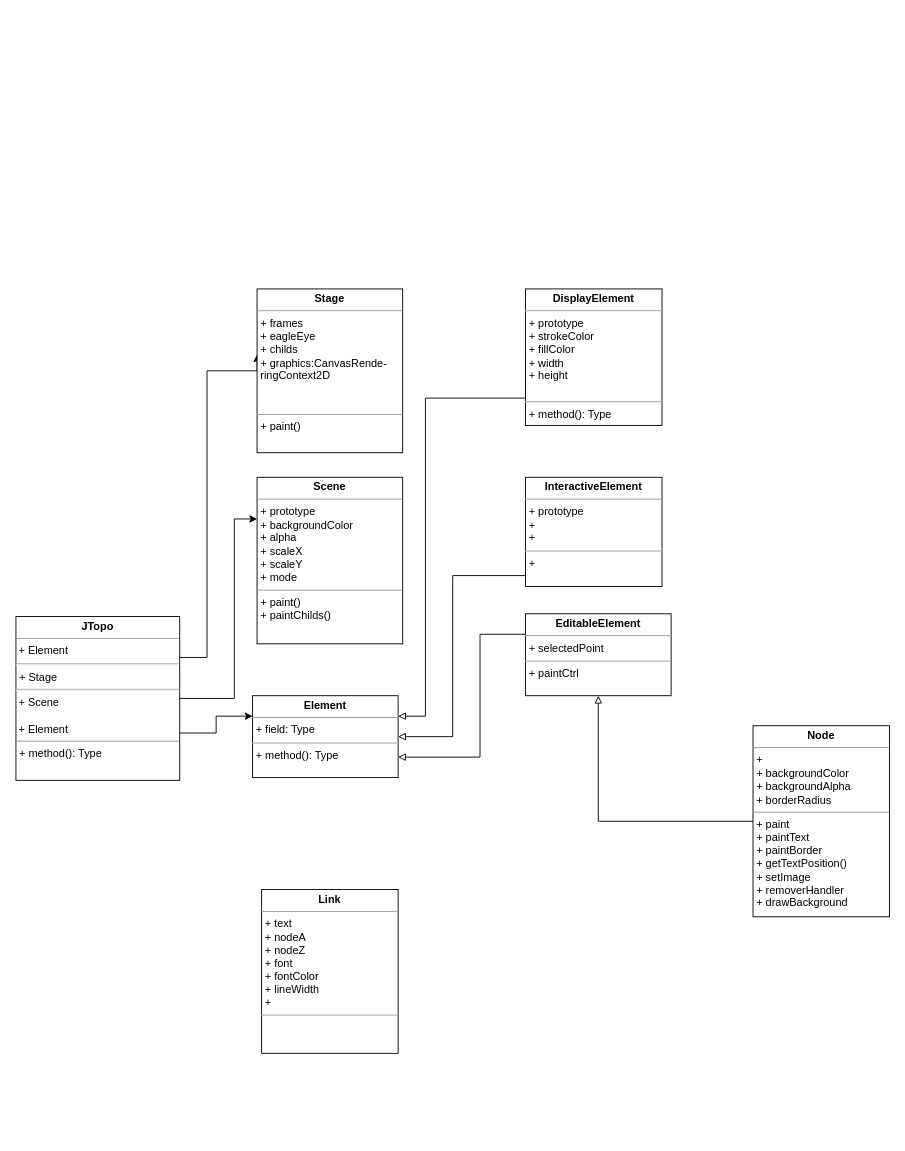
Earlier version of the draw.io diagram Jtopo.drawio (waterwatermelon/graph). Source tidied: cells renumbered, new cells numbered last; positions are measured from the earlier drawing's top-left corner, leaving out a move shared by most shapes. Both pictures are drawn from the tidied source at 91%, with x=0, y=0 at pixel (15, 288).
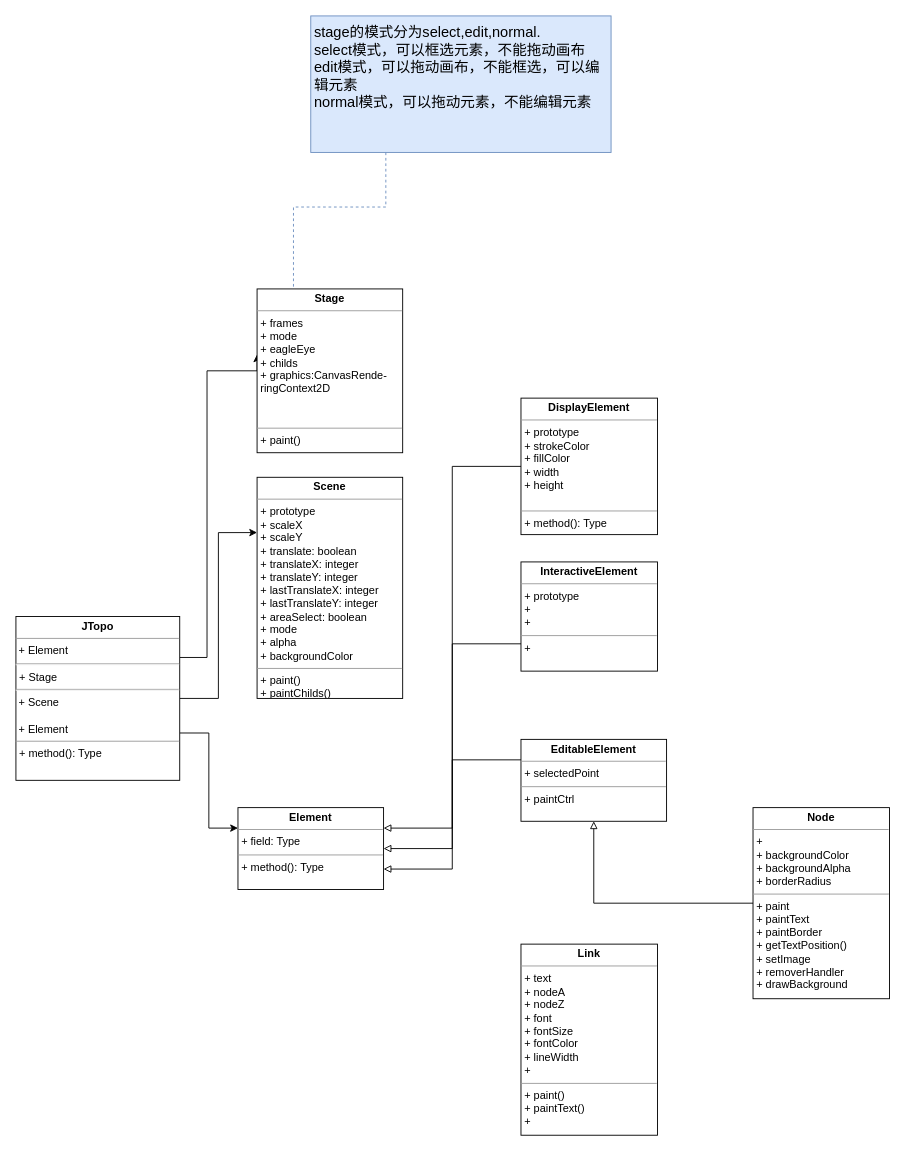
The same page after the edit.

Unchanged cells that the change refers to:
```xml
<mxCell id="7" value="&lt;p style=&quot;margin: 0px ; margin-top: 4px ; text-align: center&quot;&gt;&lt;b&gt;JTopo&lt;/b&gt;&lt;/p&gt;&lt;hr size=&quot;1&quot;&gt;&amp;nbsp;+ Element&lt;hr&gt;&lt;p style=&quot;margin: 0px ; margin-left: 4px&quot;&gt;+ Stage&lt;/p&gt;&lt;hr&gt;&amp;nbsp;+ Scene&lt;br&gt;&lt;br&gt;&amp;nbsp;+ Element&lt;br&gt;&lt;hr size=&quot;1&quot;&gt;&lt;p style=&quot;margin: 0px ; margin-left: 4px&quot;&gt;+ method(): Type&lt;/p&gt;" style="verticalAlign=top;align=left;overflow=fill;fontSize=12;fontFamily=Helvetica;html=1;" parent="1" vertex="1">
  <mxGeometry y="360" width="180" height="180" as="geometry" />
</mxCell>
```

Diff of the diagram source:
```diff
@@
-    <mxCell id="2" value="&lt;p style=&quot;margin: 0px ; margin-top: 4px ; text-align: center&quot;&gt;&lt;b&gt;Scene&lt;/b&gt;&lt;/p&gt;&lt;hr size=&quot;1&quot;&gt;&lt;p style=&quot;margin: 0px ; margin-left: 4px&quot;&gt;+ prototype&lt;/p&gt;&lt;p style=&quot;margin: 0px ; margin-left: 4px&quot;&gt;+ backgroundColor&lt;/p&gt;&lt;p style=&quot;margin: 0px ; margin-left: 4px&quot;&gt;+ alpha&lt;/p&gt;&lt;p style=&quot;margin: 0px ; margin-left: 4px&quot;&gt;+ scaleX&lt;/p&gt;&lt;p style=&quot;margin: 0px ; margin-left: 4px&quot;&gt;+ scaleY&lt;/p&gt;&lt;p style=&quot;margin: 0px ; margin-left: 4px&quot;&gt;+ mode&lt;/p&gt;&lt;hr size=&quot;1&quot;&gt;&lt;p style=&quot;margin: 0px ; margin-left: 4px&quot;&gt;+ paint()&lt;/p&gt;&lt;p style=&quot;margin: 0px ; margin-left: 4px&quot;&gt;+ paintChilds()&lt;/p&gt;" style="verticalAlign=top;align=left;overflow=fill;fontSize=12;fontFamily=Helvetica;html=1;" parent="1" vertex="1">
-      <mxGeometry x="265" y="207" width="160" height="183" as="geometry" />
+    <mxCell id="2" value="&lt;p style=&quot;margin: 0px ; margin-top: 4px ; text-align: center&quot;&gt;&lt;b&gt;Scene&lt;/b&gt;&lt;/p&gt;&lt;hr size=&quot;1&quot;&gt;&lt;p style=&quot;margin: 0px ; margin-left: 4px&quot;&gt;+ prototype&lt;/p&gt;&lt;p style=&quot;margin: 0px ; margin-left: 4px&quot;&gt;&lt;span&gt;+ scaleX&lt;/span&gt;&lt;br&gt;&lt;/p&gt;&lt;p style=&quot;margin: 0px ; margin-left: 4px&quot;&gt;+ scaleY&lt;/p&gt;&lt;p style=&quot;margin: 0px ; margin-left: 4px&quot;&gt;+ translate: boolean&lt;/p&gt;&lt;p style=&quot;margin: 0px ; margin-left: 4px&quot;&gt;+ translateX: integer&lt;/p&gt;&lt;p style=&quot;margin: 0px ; margin-left: 4px&quot;&gt;+ translateY: integer&lt;br&gt;&lt;/p&gt;&lt;p style=&quot;margin: 0px ; margin-left: 4px&quot;&gt;+ lastTranslateX: integer&lt;br&gt;&lt;/p&gt;&lt;p style=&quot;margin: 0px ; margin-left: 4px&quot;&gt;+ lastTranslateY: integer&lt;br&gt;&lt;/p&gt;&lt;p style=&quot;margin: 0px ; margin-left: 4px&quot;&gt;+ areaSelect: boolean&lt;/p&gt;&lt;p style=&quot;margin: 0px ; margin-left: 4px&quot;&gt;+ mode&lt;/p&gt;&lt;p style=&quot;margin: 0px ; margin-left: 4px&quot;&gt;+ alpha&lt;br&gt;&lt;/p&gt;&lt;p style=&quot;margin: 0px ; margin-left: 4px&quot;&gt;+ backgroundColor&lt;br&gt;&lt;/p&gt;&lt;hr size=&quot;1&quot;&gt;&lt;p style=&quot;margin: 0px ; margin-left: 4px&quot;&gt;+ paint()&lt;/p&gt;&lt;p style=&quot;margin: 0px ; margin-left: 4px&quot;&gt;+ paintChilds()&lt;/p&gt;" style="verticalAlign=top;align=left;overflow=fill;fontSize=12;fontFamily=Helvetica;html=1;" parent="1" vertex="1">
+      <mxGeometry x="265" y="207" width="160" height="243" as="geometry" />
     </mxCell>
     <mxCell id="3" value="&lt;p style=&quot;margin: 0px ; margin-top: 4px ; text-align: center&quot;&gt;&lt;b&gt;Element&lt;/b&gt;&lt;/p&gt;&lt;hr size=&quot;1&quot;&gt;&lt;p style=&quot;margin: 0px ; margin-left: 4px&quot;&gt;+ field: Type&lt;/p&gt;&lt;hr size=&quot;1&quot;&gt;&lt;p style=&quot;margin: 0px ; margin-left: 4px&quot;&gt;+ method(): Type&lt;/p&gt;" style="verticalAlign=top;align=left;overflow=fill;fontSize=12;fontFamily=Helvetica;html=1;" parent="1" vertex="1">
-      <mxGeometry x="260" y="447" width="160" height="90" as="geometry" />
+      <mxGeometry x="244" y="570" width="160" height="90" as="geometry" />
     </mxCell>
@@
     <mxCell id="5" style="edgeStyle=orthogonalEdgeStyle;rounded=0;jettySize=auto;html=1;entryX=0;entryY=0.25;entryDx=0;entryDy=0;" parent="1" edge="1" source="7" target="2">
-      <mxGeometry relative="1" as="geometry">
-        <Array as="points">
-          <mxPoint x="240" y="450" />
-          <mxPoint x="240" y="253" />
-        </Array>
-      </mxGeometry>
+      <mxGeometry relative="1" as="geometry" />
     </mxCell>
@@
-    <mxCell id="8" value="&lt;p style=&quot;margin: 0px ; margin-top: 4px ; text-align: center&quot;&gt;&lt;b&gt;Stage&lt;/b&gt;&lt;/p&gt;&lt;hr size=&quot;1&quot;&gt;&lt;p style=&quot;margin: 0px ; margin-left: 4px&quot;&gt;+ frames&lt;/p&gt;&lt;p style=&quot;margin: 0px ; margin-left: 4px&quot;&gt;+ eagleEye&lt;/p&gt;&lt;p style=&quot;margin: 0px ; margin-left: 4px&quot;&gt;+ childs&lt;/p&gt;&lt;p style=&quot;margin: 0px ; margin-left: 4px&quot;&gt;+ graphics:CanvasRende-&lt;/p&gt;&lt;p style=&quot;margin: 0px ; margin-left: 4px&quot;&gt;ringContext2D&lt;/p&gt;&lt;p style=&quot;margin: 0px ; margin-left: 4px&quot;&gt;&lt;br&gt;&lt;/p&gt;&lt;p style=&quot;margin: 0px ; margin-left: 4px&quot;&gt;&lt;br&gt;&lt;/p&gt;&lt;hr size=&quot;1&quot;&gt;&lt;p style=&quot;margin: 0px ; margin-left: 4px&quot;&gt;+ paint()&lt;/p&gt;" style="verticalAlign=top;align=left;overflow=fill;fontSize=12;fontFamily=Helvetica;html=1;" parent="1" vertex="1">
+    <mxCell id="8" value="&lt;p style=&quot;margin: 0px ; margin-top: 4px ; text-align: center&quot;&gt;&lt;b&gt;Stage&lt;/b&gt;&lt;/p&gt;&lt;hr size=&quot;1&quot;&gt;&lt;p style=&quot;margin: 0px ; margin-left: 4px&quot;&gt;+ frames&lt;/p&gt;&lt;p style=&quot;margin: 0px ; margin-left: 4px&quot;&gt;+ mode&lt;/p&gt;&lt;p style=&quot;margin: 0px ; margin-left: 4px&quot;&gt;+ eagleEye&lt;/p&gt;&lt;p style=&quot;margin: 0px ; margin-left: 4px&quot;&gt;+ childs&lt;/p&gt;&lt;p style=&quot;margin: 0px ; margin-left: 4px&quot;&gt;+ graphics:CanvasRende-&lt;/p&gt;&lt;p style=&quot;margin: 0px ; margin-left: 4px&quot;&gt;ringContext2D&lt;/p&gt;&lt;p style=&quot;margin: 0px ; margin-left: 4px&quot;&gt;&lt;br&gt;&lt;/p&gt;&lt;p style=&quot;margin: 0px ; margin-left: 4px&quot;&gt;&lt;br&gt;&lt;/p&gt;&lt;hr size=&quot;1&quot;&gt;&lt;p style=&quot;margin: 0px ; margin-left: 4px&quot;&gt;+ paint()&lt;/p&gt;" style="verticalAlign=top;align=left;overflow=fill;fontSize=12;fontFamily=Helvetica;html=1;" parent="1" vertex="1">
       <mxGeometry x="265" width="160" height="180" as="geometry" />
     </mxCell>
-    <mxCell id="9" value="&lt;p style=&quot;margin: 0px ; margin-top: 4px ; text-align: center&quot;&gt;&lt;b&gt;Link&lt;/b&gt;&lt;/p&gt;&lt;hr size=&quot;1&quot;&gt;&lt;p style=&quot;margin: 0px ; margin-left: 4px&quot;&gt;+ text&lt;/p&gt;&lt;p style=&quot;margin: 0px ; margin-left: 4px&quot;&gt;+ nodeA&lt;/p&gt;&lt;p style=&quot;margin: 0px ; margin-left: 4px&quot;&gt;+ nodeZ&amp;nbsp;&amp;nbsp;&lt;/p&gt;&lt;p style=&quot;margin: 0px ; margin-left: 4px&quot;&gt;+ font&lt;/p&gt;&lt;p style=&quot;margin: 0px ; margin-left: 4px&quot;&gt;+ fontColor&lt;/p&gt;&lt;p style=&quot;margin: 0px ; margin-left: 4px&quot;&gt;+ lineWidth&amp;nbsp;&lt;/p&gt;&lt;p style=&quot;margin: 0px ; margin-left: 4px&quot;&gt;+&amp;nbsp;&lt;/p&gt;&lt;hr size=&quot;1&quot;&gt;&lt;p style=&quot;margin: 0px ; margin-left: 4px&quot;&gt;&lt;br&gt;&lt;/p&gt;" style="verticalAlign=top;align=left;overflow=fill;fontSize=12;fontFamily=Helvetica;html=1;" parent="1" vertex="1">
-      <mxGeometry x="270" y="660" width="150" height="180" as="geometry" />
+    <mxCell id="9" value="&lt;p style=&quot;margin: 0px ; margin-top: 4px ; text-align: center&quot;&gt;&lt;b&gt;Link&lt;/b&gt;&lt;/p&gt;&lt;hr size=&quot;1&quot;&gt;&lt;p style=&quot;margin: 0px ; margin-left: 4px&quot;&gt;+ text&lt;/p&gt;&lt;p style=&quot;margin: 0px ; margin-left: 4px&quot;&gt;+ nodeA&lt;/p&gt;&lt;p style=&quot;margin: 0px ; margin-left: 4px&quot;&gt;+ nodeZ&amp;nbsp;&amp;nbsp;&lt;/p&gt;&lt;p style=&quot;margin: 0px ; margin-left: 4px&quot;&gt;+ font&lt;/p&gt;&lt;p style=&quot;margin: 0px ; margin-left: 4px&quot;&gt;+ fontSize&lt;/p&gt;&lt;p style=&quot;margin: 0px ; margin-left: 4px&quot;&gt;+ fontColor&lt;/p&gt;&lt;p style=&quot;margin: 0px ; margin-left: 4px&quot;&gt;+ lineWidth&amp;nbsp;&lt;/p&gt;&lt;p style=&quot;margin: 0px ; margin-left: 4px&quot;&gt;+&amp;nbsp;&lt;/p&gt;&lt;hr size=&quot;1&quot;&gt;&lt;p style=&quot;margin: 0px ; margin-left: 4px&quot;&gt;+ paint()&lt;/p&gt;&lt;p style=&quot;margin: 0px ; margin-left: 4px&quot;&gt;+ paintText()&lt;/p&gt;&lt;p style=&quot;margin: 0px ; margin-left: 4px&quot;&gt;+&amp;nbsp;&lt;/p&gt;" style="verticalAlign=top;align=left;overflow=fill;fontSize=12;fontFamily=Helvetica;html=1;" parent="1" vertex="1">
+      <mxGeometry x="555" y="720" width="150" height="210" as="geometry" />
     </mxCell>
     <mxCell id="10" style="edgeStyle=orthogonalEdgeStyle;rounded=0;jettySize=auto;html=1;exitX=0;exitY=0.75;exitDx=0;exitDy=0;entryX=1;entryY=0.5;entryDx=0;entryDy=0;endArrow=block;endFill=0;" parent="1" edge="1" source="11" target="3">
-      <mxGeometry relative="1" as="geometry">
-        <Array as="points">
-          <mxPoint x="560" y="315" />
-          <mxPoint x="480" y="315" />
-          <mxPoint x="480" y="492" />
-        </Array>
-      </mxGeometry>
+      <mxGeometry relative="1" as="geometry" />
     </mxCell>
     <mxCell id="11" value="&lt;p style=&quot;margin: 0px ; margin-top: 4px ; text-align: center&quot;&gt;&lt;b&gt;InteractiveElement&lt;/b&gt;&lt;/p&gt;&lt;hr size=&quot;1&quot;&gt;&lt;p style=&quot;margin: 0px ; margin-left: 4px&quot;&gt;+ prototype&lt;/p&gt;&lt;p style=&quot;margin: 0px ; margin-left: 4px&quot;&gt;+&amp;nbsp;&lt;/p&gt;&lt;p style=&quot;margin: 0px ; margin-left: 4px&quot;&gt;+&amp;nbsp;&lt;/p&gt;&lt;hr size=&quot;1&quot;&gt;&lt;p style=&quot;margin: 0px ; margin-left: 4px&quot;&gt;+&amp;nbsp;&lt;/p&gt;" style="verticalAlign=top;align=left;overflow=fill;fontSize=12;fontFamily=Helvetica;html=1;" parent="1" vertex="1">
-      <mxGeometry x="560" y="207" width="150" height="120" as="geometry" />
+      <mxGeometry x="555" y="300" width="150" height="120" as="geometry" />
     </mxCell>
     <mxCell id="12" style="edgeStyle=orthogonalEdgeStyle;rounded=0;jettySize=auto;html=1;exitX=0;exitY=0.5;exitDx=0;exitDy=0;entryX=1;entryY=0.25;entryDx=0;entryDy=0;endArrow=block;endFill=0;" parent="1" edge="1" source="13" target="3">
-      <mxGeometry relative="1" as="geometry">
-        <Array as="points">
-          <mxPoint x="450" y="120" />
-          <mxPoint x="450" y="470" />
-        </Array>
-      </mxGeometry>
+      <mxGeometry relative="1" as="geometry" />
     </mxCell>
     <mxCell id="13" value="&lt;p style=&quot;margin: 0px ; margin-top: 4px ; text-align: center&quot;&gt;&lt;b&gt;DisplayElement&lt;/b&gt;&lt;/p&gt;&lt;hr size=&quot;1&quot;&gt;&lt;p style=&quot;margin: 0px ; margin-left: 4px&quot;&gt;+ prototype&lt;/p&gt;&lt;p style=&quot;margin: 0px ; margin-left: 4px&quot;&gt;+ strokeColor&lt;/p&gt;&lt;p style=&quot;margin: 0px ; margin-left: 4px&quot;&gt;+ fillColor&lt;/p&gt;&lt;p style=&quot;margin: 0px ; margin-left: 4px&quot;&gt;+ width&lt;/p&gt;&lt;p style=&quot;margin: 0px ; margin-left: 4px&quot;&gt;+ height&lt;/p&gt;&lt;p style=&quot;margin: 0px ; margin-left: 4px&quot;&gt;&lt;br&gt;&lt;/p&gt;&lt;hr size=&quot;1&quot;&gt;&lt;p style=&quot;margin: 0px ; margin-left: 4px&quot;&gt;+ method(): Type&lt;/p&gt;" style="verticalAlign=top;align=left;overflow=fill;fontSize=12;fontFamily=Helvetica;html=1;" parent="1" vertex="1">
-      <mxGeometry x="560" width="150" height="150" as="geometry" />
+      <mxGeometry x="555" y="120" width="150" height="150" as="geometry" />
     </mxCell>
     <mxCell id="14" style="edgeStyle=orthogonalEdgeStyle;rounded=0;jettySize=auto;html=1;exitX=0;exitY=0.25;exitDx=0;exitDy=0;entryX=1;entryY=0.75;entryDx=0;entryDy=0;endArrow=block;endFill=0;" parent="1" edge="1" source="15" target="3">
-      <mxGeometry relative="1" as="geometry">
-        <Array as="points">
-          <mxPoint x="510" y="380" />
-          <mxPoint x="510" y="515" />
-        </Array>
-      </mxGeometry>
+      <mxGeometry relative="1" as="geometry" />
     </mxCell>
     <mxCell id="15" value="&lt;p style=&quot;margin: 0px ; margin-top: 4px ; text-align: center&quot;&gt;&lt;b&gt;EditableElement&lt;/b&gt;&lt;/p&gt;&lt;hr size=&quot;1&quot;&gt;&lt;p style=&quot;margin: 0px ; margin-left: 4px&quot;&gt;+ selectedPoint&lt;/p&gt;&lt;hr size=&quot;1&quot;&gt;&lt;p style=&quot;margin: 0px ; margin-left: 4px&quot;&gt;+ paintCtrl&amp;nbsp;&lt;/p&gt;" style="verticalAlign=top;align=left;overflow=fill;fontSize=12;fontFamily=Helvetica;html=1;" parent="1" vertex="1">
-      <mxGeometry x="560" y="357" width="160" height="90" as="geometry" />
+      <mxGeometry x="555" y="495" width="160" height="90" as="geometry" />
     </mxCell>
@@
     <mxCell id="17" value="&lt;p style=&quot;margin: 0px ; margin-top: 4px ; text-align: center&quot;&gt;&lt;b&gt;Node&lt;/b&gt;&lt;/p&gt;&lt;hr size=&quot;1&quot;&gt;&lt;p style=&quot;margin: 0px ; margin-left: 4px&quot;&gt;+&amp;nbsp;&lt;/p&gt;&lt;p style=&quot;margin: 0px ; margin-left: 4px&quot;&gt;+ backgroundColor&lt;/p&gt;&lt;p style=&quot;margin: 0px ; margin-left: 4px&quot;&gt;+ backgroundAlpha&lt;br&gt;&lt;/p&gt;&lt;p style=&quot;margin: 0px ; margin-left: 4px&quot;&gt;+ borderRadius&amp;nbsp;&lt;/p&gt;&lt;hr size=&quot;1&quot;&gt;&lt;p style=&quot;margin: 0px ; margin-left: 4px&quot;&gt;+ paint&lt;/p&gt;&lt;p style=&quot;margin: 0px ; margin-left: 4px&quot;&gt;+ paintText&lt;/p&gt;&lt;p style=&quot;margin: 0px ; margin-left: 4px&quot;&gt;+ paintBorder&lt;/p&gt;&lt;p style=&quot;margin: 0px ; margin-left: 4px&quot;&gt;+ getTextPosition()&lt;/p&gt;&lt;p style=&quot;margin: 0px ; margin-left: 4px&quot;&gt;+ setImage&lt;/p&gt;&lt;p style=&quot;margin: 0px ; margin-left: 4px&quot;&gt;+ removerHandler&lt;/p&gt;&lt;p style=&quot;margin: 0px ; margin-left: 4px&quot;&gt;+ drawBackground&lt;/p&gt;" style="verticalAlign=top;align=left;overflow=fill;fontSize=12;fontFamily=Helvetica;html=1;" parent="1" vertex="1">
-      <mxGeometry x="810" y="480" width="150" height="210" as="geometry" />
+      <mxGeometry x="810" y="570" width="150" height="210" as="geometry" />
     </mxCell>
+    <mxCell id="18" style="edgeStyle=orthogonalEdgeStyle;rounded=0;jettySize=auto;html=1;exitX=0.25;exitY=1;exitDx=0;exitDy=0;entryX=0.25;entryY=0;entryDx=0;entryDy=0;fontSize=16;endArrow=none;endFill=0;dashed=1;fillColor=#dae8fc;strokeColor=#6c8ebf;" parent="1" edge="1" source="19" target="8">
+      <mxGeometry relative="1" as="geometry">
+        <Array as="points">
+          <mxPoint x="407" y="-90" />
+          <mxPoint x="305" y="-90" />
+        </Array>
+      </mxGeometry>
+    </mxCell>
+    <mxCell id="19" value="&lt;font style=&quot;font-size: 16px&quot;&gt;stage的模式分为select,edit,normal.&lt;br&gt;select模式，可以框选元素，不能拖动画布&lt;br&gt;edit模式，可以拖动画布，不能框选，可以编辑元素&lt;br&gt;normal模式，可以拖动元素，不能编辑元素&lt;/font&gt;" style="text;html=1;align=left;verticalAlign=top;whiteSpace=wrap;rounded=0;fillColor=#dae8fc;strokeColor=#6c8ebf;spacingTop=4;spacingLeft=4;spacingBottom=4;spacingRight=4;spacing=0;" parent="1" vertex="1">
+      <mxGeometry x="324" y="-300" width="330" height="150" as="geometry" />
+    </mxCell>
```
